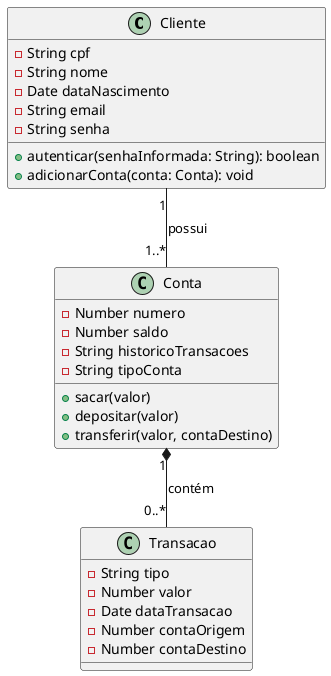
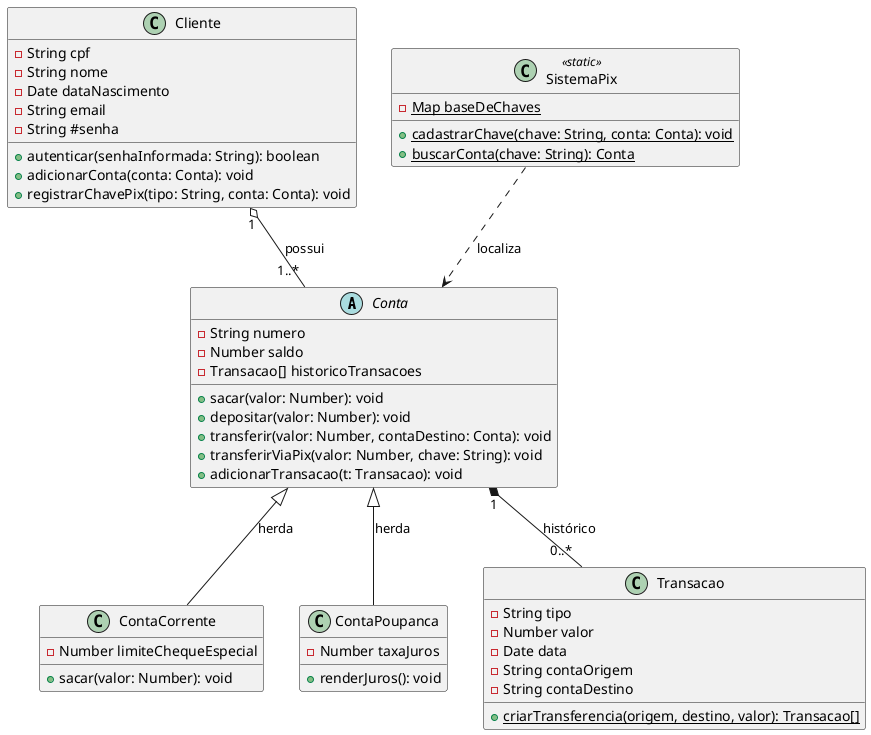
@startuml

- class Cliente{
+ abstract class Conta {
+     - String numero
+     - Number saldo
+     - Transacao[] historicoTransacoes
+     + sacar(valor: Number): void
+     + depositar(valor: Number): void
+     + transferir(valor: Number, contaDestino: Conta): void
+     + transferirViaPix(valor: Number, chave: String): void
+     + adicionarTransacao(t: Transacao): void
+ }
+ 
+ class Cliente {
    - String cpf
    - String nome
    - Date dataNascimento
    - String email
-     - String senha
+     - String #senha
    + autenticar(senhaInformada: String): boolean
    + adicionarConta(conta: Conta): void
- 
- 
+     + registrarChavePix(tipo: String, conta: Conta): void
}

- class Conta{
-     - Number numero
-     - Number saldo
-     - String historicoTransacoes
-     - String tipoConta
-     + sacar(valor)
-     + depositar(valor)
-     + transferir(valor, contaDestino)
+ class ContaCorrente {
+     - Number limiteChequeEspecial
+     + sacar(valor: Number): void
}

- class Transacao{
+ class ContaPoupanca {
+     - Number taxaJuros
+     + renderJuros(): void
+ }
+ 
+ class Transacao {
    - String tipo
    - Number valor
-     - Date dataTransacao
-     - Number contaOrigem
-     - Number contaDestino
- 
- 
- 
- 
+     - Date data
+     - String contaOrigem
+     - String contaDestino
+     {static} + criarTransferencia(origem, destino, valor): Transacao[]
}

- Cliente "1" -- "1..*" Conta : possui
- Conta "1" *-- "0..*" Transacao : contém
+ class SistemaPix <<static>> {
+     - {static} Map baseDeChaves
+     + {static} cadastrarChave(chave: String, conta: Conta): void
+     + {static} buscarConta(chave: String): Conta
+ }

+ ' Relacionamentos
+ Cliente "1" o-- "1..*" Conta : possui
+ Conta "1" *-- "0..*" Transacao : histórico
+ Conta <|-- ContaCorrente : herda
+ Conta <|-- ContaPoupanca : herda
+ SistemaPix ..> Conta : localiza

@enduml